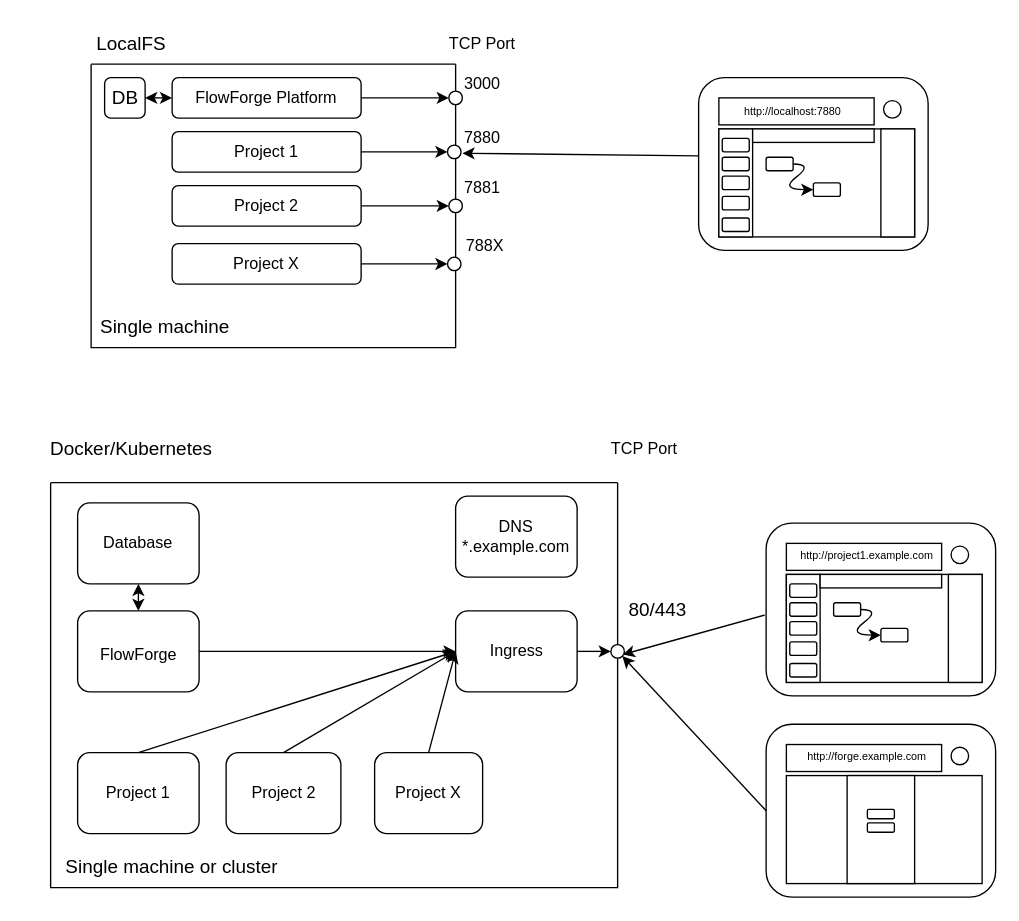
Before: docs/contribute/images/ff-arch1.drawio.xml in FlowFuse/flowfuse, a draw.io diagram. Source tidied: cells renumbered, new cells numbered last; positions are measured from the earlier drawing's top-left corner, leaving out a move shared by most shapes. Both pictures are drawn from the tidied source at 135%, with x=0, y=0 at pixel (23, 23).
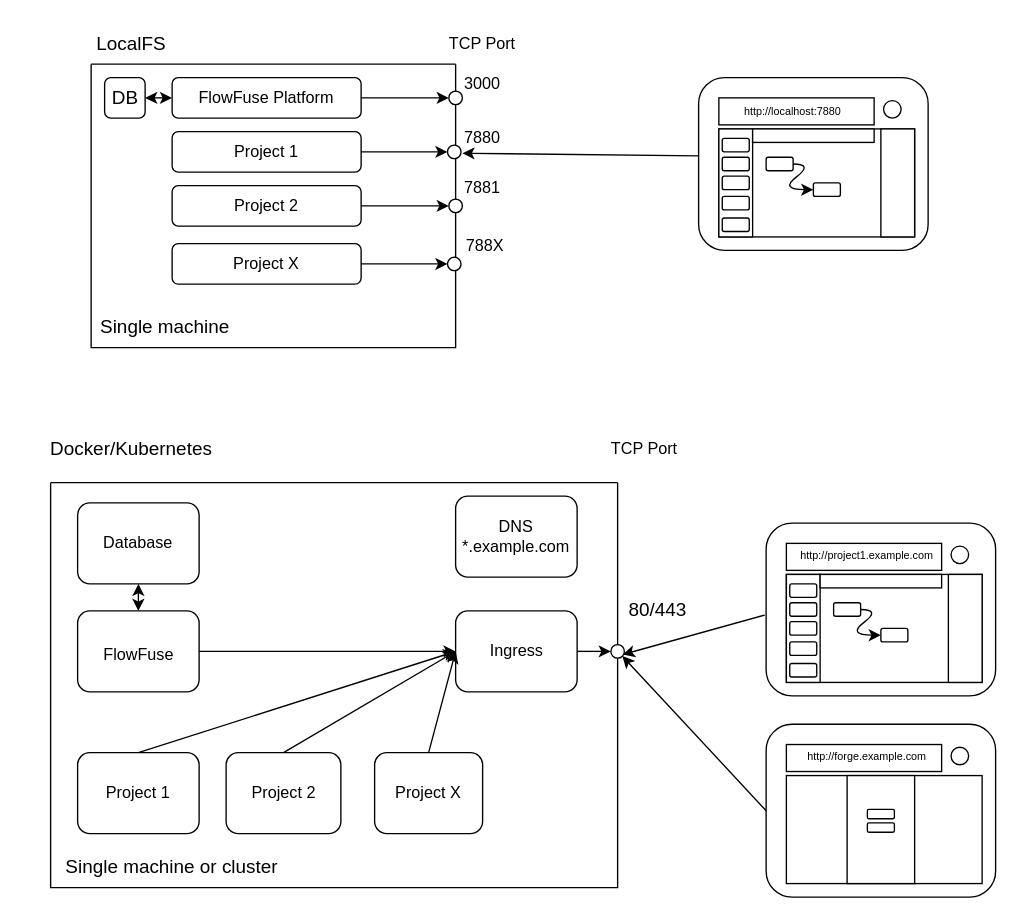
The same page after the edit.

Unchanged cells that the change refers to:
```xml
<mxCell id="2" style="swimlane;startSize=0;rounded=0;" parent="1" vertex="1">
  <mxGeometry x="50" y="30" width="270" height="210" as="geometry" />
</mxCell>
<mxCell id="27" style="swimlane;startSize=0;rounded=0;" parent="1" vertex="1">
  <mxGeometry x="20" y="340" width="420" height="300" as="geometry" />
</mxCell>
```

The edit, as a diff of the source:
```diff
@@
-    <mxCell id="4" value="FlowForge Platform" style="text;html=1;strokeColor=none;fillColor=none;align=center;verticalAlign=middle;whiteSpace=wrap;rounded=0;" parent="2" vertex="1">
+    <mxCell id="4" value="FlowFuse Platform" style="text;html=1;strokeColor=none;fillColor=none;align=center;verticalAlign=middle;whiteSpace=wrap;rounded=0;" parent="2" vertex="1">
       <mxGeometry x="70" y="10" width="120" height="30" as="geometry" />
     </mxCell>
@@
-    <mxCell id="32" value="FlowForge" style="text;html=1;strokeColor=none;fillColor=none;align=center;verticalAlign=middle;whiteSpace=wrap;rounded=0;" parent="27" vertex="1">
+    <mxCell id="32" value="FlowFuse" style="text;html=1;strokeColor=none;fillColor=none;align=center;verticalAlign=middle;whiteSpace=wrap;rounded=0;" parent="27" vertex="1">
       <mxGeometry x="32.5" y="105" width="65" height="45" as="geometry" />
     </mxCell>
```
